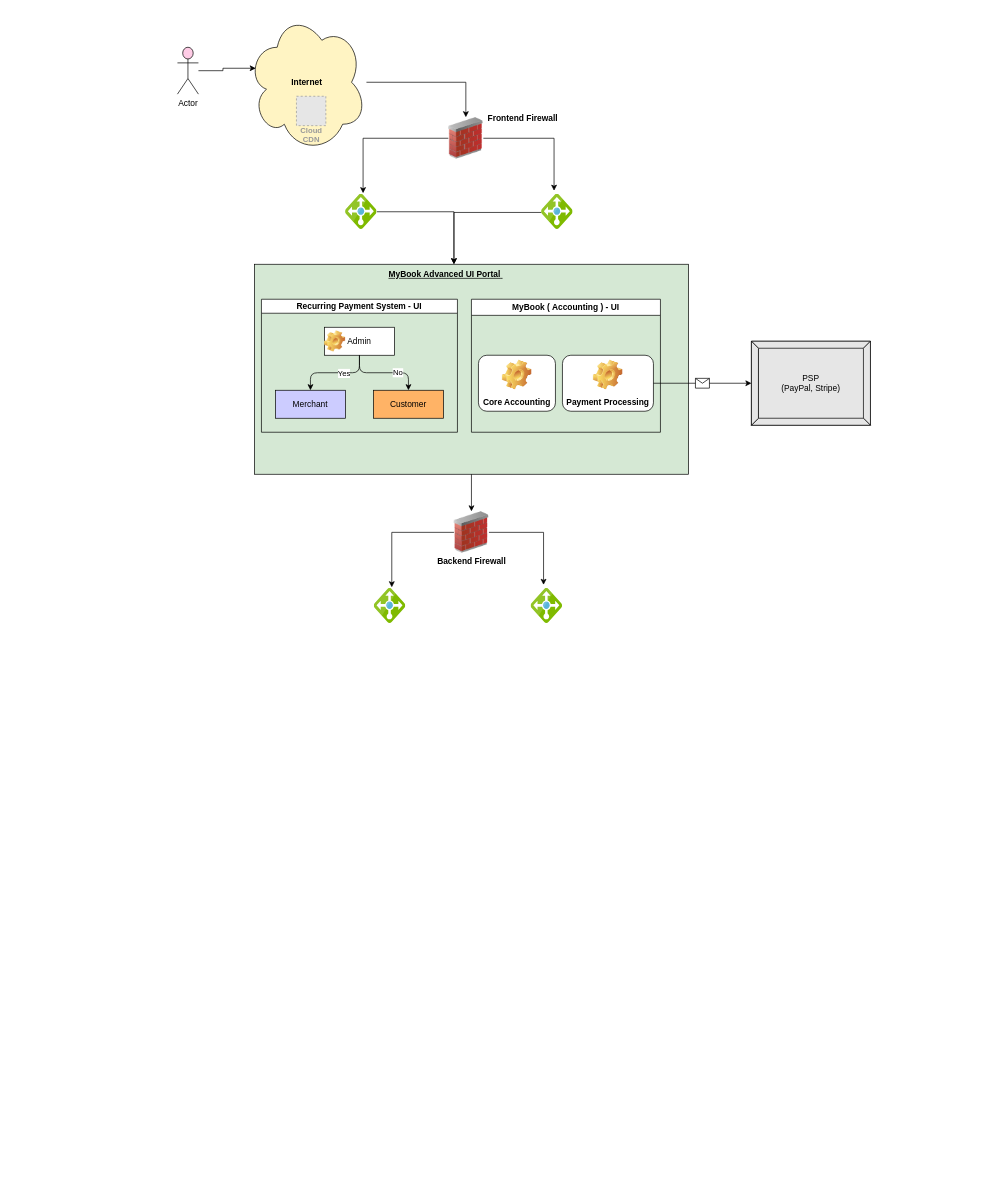
Above: Inuit_A4A.drawio in kk-ecu/tobedeleted (draw.io), before the change. Source tidied: cells renumbered, new cells numbered last; positions are measured from the earlier drawing's top-left corner, leaving out a move shared by most shapes. Both pictures are drawn from the tidied source at 70%, with x=0, y=0 at pixel (177, 12). Pictures stored in the file or linked from it are replaced by grey dashed boxes.
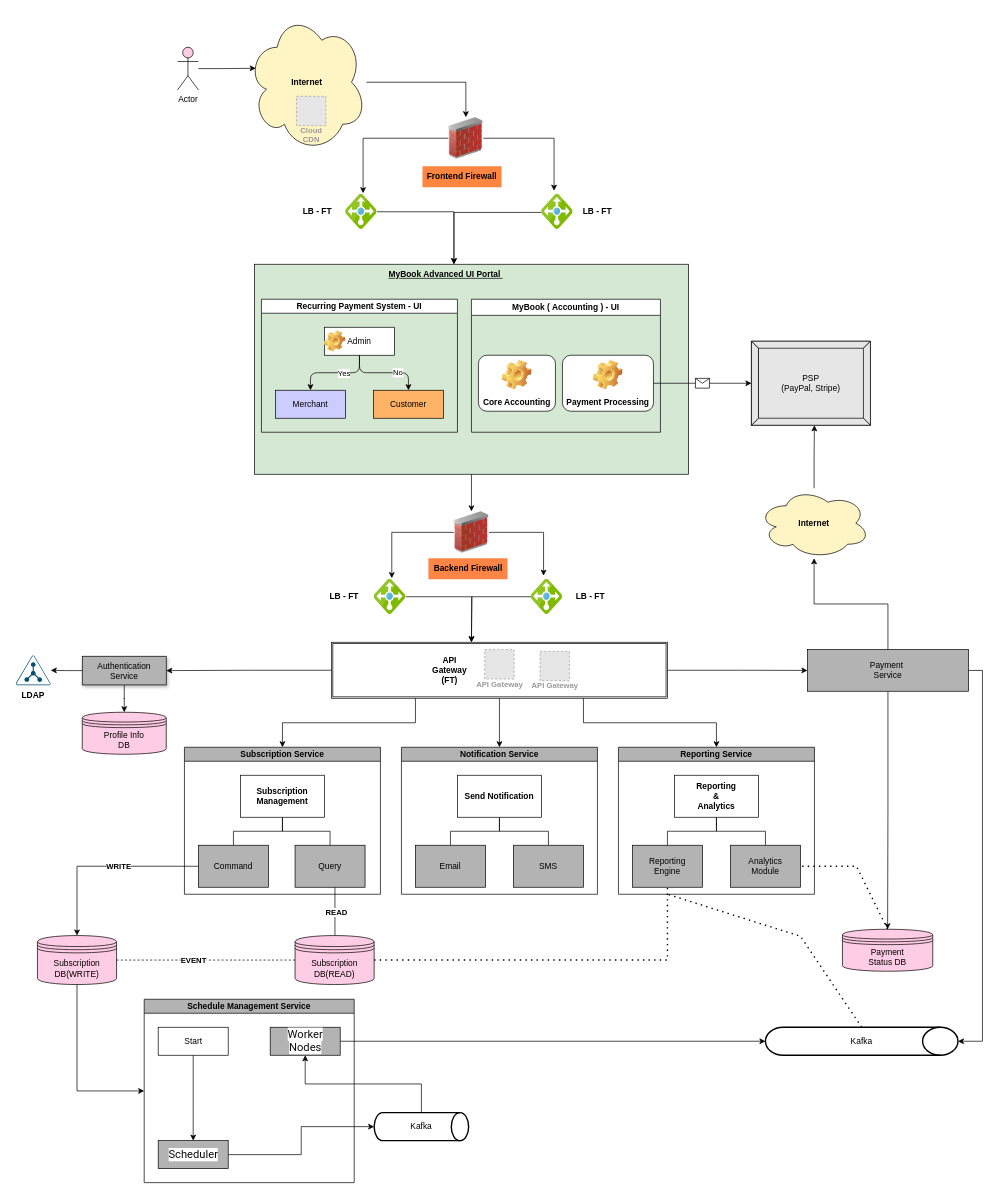
The same diagram, later.

Unchanged cells that the change refers to:
```xml
<mxCell id="27" value="PSP&lt;div&gt;(PayPal, Stripe)&lt;/div&gt;" style="labelPosition=center;verticalLabelPosition=middle;align=center;html=1;shape=mxgraph.basic.button;dx=10;whiteSpace=wrap;fillColor=#E6E6E6;" parent="1" vertex="1">
  <mxGeometry x="820" y="470" width="170" height="120" as="geometry" />
</mxCell>
```

Diff of the diagram source:
```diff
@@
+    <mxCell id="42" style="edgeStyle=orthogonalEdgeStyle;rounded=0;jettySize=auto;html=1;entryX=0.5;entryY=0;entryDx=0;entryDy=0;exitX=0.25;exitY=1;exitDx=0;exitDy=0;" parent="1" edge="1" source="47" target="98">
+      <mxGeometry relative="1" as="geometry" />
+    </mxCell>
+    <mxCell id="43" style="edgeStyle=orthogonalEdgeStyle;rounded=0;jettySize=auto;html=1;entryX=1;entryY=0.5;entryDx=0;entryDy=0;" parent="1" edge="1" source="47" target="57">
+      <mxGeometry relative="1" as="geometry" />
+    </mxCell>
+    <mxCell id="44" style="edgeStyle=orthogonalEdgeStyle;rounded=0;jettySize=auto;html=1;exitX=0.5;exitY=1;exitDx=0;exitDy=0;entryX=0.5;entryY=0;entryDx=0;entryDy=0;" parent="1" edge="1" source="47" target="63">
+      <mxGeometry relative="1" as="geometry" />
+    </mxCell>
+    <mxCell id="45" style="edgeStyle=orthogonalEdgeStyle;rounded=0;jettySize=auto;html=1;entryX=0;entryY=0.5;entryDx=0;entryDy=0;" parent="1" edge="1" source="47" target="60">
+      <mxGeometry relative="1" as="geometry" />
+    </mxCell>
+    <mxCell id="46" style="edgeStyle=orthogonalEdgeStyle;rounded=0;jettySize=auto;html=1;exitX=0.75;exitY=1;exitDx=0;exitDy=0;entryX=0.5;entryY=0;entryDx=0;entryDy=0;" parent="1" edge="1" source="47" target="85">
+      <mxGeometry relative="1" as="geometry" />
+    </mxCell>
+    <mxCell id="47" style="shape=ext;double=1;rounded=0;whiteSpace=wrap;html=1;" parent="1" vertex="1">
+      <mxGeometry x="220" y="900" width="480" height="80" as="geometry" />
+    </mxCell>
@@
     <mxCell id="5" value="Actor" style="shape=umlActor;verticalLabelPosition=bottom;verticalAlign=top;html=1;outlineConnect=0;fillColor=#FFCCE6;" parent="1" vertex="1">
-      <mxGeometry y="50" width="30" height="67" as="geometry" />
+      <mxGeometry y="50" width="30" height="61" as="geometry" />
     </mxCell>
@@
-    <mxCell id="33" value="Frontend Firewall" style="text;html=1;align=center;verticalAlign=middle;whiteSpace=wrap;rounded=0;fontStyle=1;" parent="1" vertex="1">
-      <mxGeometry x="437" y="137" width="113" height="30" as="geometry" />
+    <mxCell id="33" value="Frontend Firewall" style="text;html=1;align=center;verticalAlign=middle;whiteSpace=wrap;rounded=0;fontStyle=1;fillColor=#FF8640;" parent="1" vertex="1">
+      <mxGeometry x="350" y="220" width="113" height="30" as="geometry" />
     </mxCell>
+    <mxCell id="48" style="edgeStyle=orthogonalEdgeStyle;rounded=0;jettySize=auto;html=1;" parent="1" edge="1" source="34">
+      <mxGeometry relative="1" as="geometry">
+        <mxPoint x="420" y="900" as="targetPoint" />
+      </mxGeometry>
+    </mxCell>
     <mxCell id="34" style="image;sketch=0;html=1;points=[];align=center;fontSize=12;image=img/lib/mscae/Load_Balancer_feature.svg;" parent="1" vertex="1">
-      <mxGeometry x="281" y="823" width="45" height="50" as="geometry" />
+      <mxGeometry x="281" y="810" width="45" height="50" as="geometry" />
     </mxCell>
@@
+    <mxCell id="49" style="edgeStyle=orthogonalEdgeStyle;rounded=0;jettySize=auto;html=1;" parent="1" edge="1" source="39">
+      <mxGeometry relative="1" as="geometry">
+        <mxPoint x="420" y="900" as="targetPoint" />
+      </mxGeometry>
+    </mxCell>
     <mxCell id="39" style="image;sketch=0;html=1;points=[];align=center;fontSize=12;image=img/lib/mscae/Load_Balancer_feature.svg;" parent="1" vertex="1">
-      <mxGeometry x="505" y="823" width="45" height="50" as="geometry" />
+      <mxGeometry x="505" y="810" width="45" height="50" as="geometry" />
     </mxCell>
-    <mxCell id="40" value="Backend Firewall" style="text;html=1;align=center;verticalAlign=middle;whiteSpace=wrap;rounded=0;fontStyle=1;" parent="1" vertex="1">
-      <mxGeometry x="363.5" y="770" width="113" height="30" as="geometry" />
+    <mxCell id="40" value="Backend Firewall" style="text;html=1;align=center;verticalAlign=middle;whiteSpace=wrap;rounded=0;fontStyle=1;fillColor=#FF8547;" parent="1" vertex="1">
+      <mxGeometry x="358.5" y="780" width="113" height="30" as="geometry" />
     </mxCell>
@@
+    <mxCell id="50" value="API Gateway" style="fillColor=#E6E6E6;strokeColor=#999999;dashed=1;html=1;verticalAlign=top;labelPosition=center;verticalLabelPosition=bottom;align=center;spacingTop=-6;fontSize=11;fontStyle=1;fontColor=#999999;" parent="1" vertex="1">
+      <mxGeometry x="439" y="910.5" width="42" height="42" as="geometry" />
+    </mxCell>
+    <mxCell id="51" value="API Gateway" style="fillColor=#E6E6E6;strokeColor=#999999;dashed=1;html=1;verticalAlign=top;labelPosition=center;verticalLabelPosition=bottom;align=center;spacingTop=-6;fontSize=11;fontStyle=1;fontColor=#999999;" parent="1" vertex="1">
+      <mxGeometry x="518" y="913" width="42" height="42" as="geometry" />
+    </mxCell>
+    <mxCell id="52" value="LB - FT" style="text;html=1;align=center;verticalAlign=middle;whiteSpace=wrap;rounded=0;fontStyle=1;" parent="1" vertex="1">
+      <mxGeometry x="560" y="820" width="60" height="30" as="geometry" />
+    </mxCell>
+    <mxCell id="53" value="LB - FT&amp;nbsp;" style="text;html=1;align=center;verticalAlign=middle;whiteSpace=wrap;rounded=0;fontStyle=1;" parent="1" vertex="1">
+      <mxGeometry x="210" y="820" width="60" height="30" as="geometry" />
+    </mxCell>
+    <mxCell id="54" value="API Gateway&lt;div&gt;(FT)&lt;/div&gt;" style="text;html=1;align=center;verticalAlign=middle;whiteSpace=wrap;rounded=0;fontStyle=1;" parent="1" vertex="1">
+      <mxGeometry x="358.5" y="925" width="60" height="30" as="geometry" />
+    </mxCell>
+    <mxCell id="55" style="edgeStyle=orthogonalEdgeStyle;rounded=0;jettySize=auto;html=1;exitX=0;exitY=0.5;exitDx=0;exitDy=0;" parent="1" edge="1" source="57" target="81">
+      <mxGeometry relative="1" as="geometry" />
+    </mxCell>
+    <mxCell id="56" style="edgeStyle=orthogonalEdgeStyle;rounded=0;jettySize=auto;html=1;entryX=0.5;entryY=0;entryDx=0;entryDy=0;" parent="1" edge="1" source="57" target="83">
+      <mxGeometry relative="1" as="geometry" />
+    </mxCell>
+    <mxCell id="57" value="Authentication&lt;div&gt;Service&lt;/div&gt;" style="rounded=0;whiteSpace=wrap;html=1;shadow=1;fillColor=#B3B3B3;" parent="1" vertex="1">
+      <mxGeometry x="-136" y="920" width="120" height="41" as="geometry" />
+    </mxCell>
+    <mxCell id="58" style="edgeStyle=orthogonalEdgeStyle;rounded=0;jettySize=auto;html=1;" parent="1" edge="1" source="60" target="94">
+      <mxGeometry relative="1" as="geometry" />
+    </mxCell>
+    <mxCell id="59" style="edgeStyle=orthogonalEdgeStyle;rounded=0;jettySize=auto;html=1;entryX=0.5;entryY=0;entryDx=0;entryDy=0;" parent="1" edge="1" source="60" target="96">
+      <mxGeometry relative="1" as="geometry" />
+    </mxCell>
+    <mxCell id="60" value="Payment&amp;nbsp;&lt;div&gt;Service&lt;/div&gt;" style="rounded=0;whiteSpace=wrap;html=1;fillColor=#B3B3B3;" parent="1" vertex="1">
+      <mxGeometry x="900" y="910.5" width="230" height="59.5" as="geometry" />
+    </mxCell>
+    <mxCell id="61" style="edgeStyle=orthogonalEdgeStyle;rounded=0;jettySize=auto;html=1;entryX=0.5;entryY=0;entryDx=0;entryDy=0;exitX=0;exitY=0.5;exitDx=0;exitDy=0;" parent="1" edge="1" source="102" target="72">
+      <mxGeometry relative="1" as="geometry" />
+    </mxCell>
+    <mxCell id="62" value="WRITE" style="edgeLabel;html=1;align=center;verticalAlign=middle;fontStyle=1;" parent="61" vertex="1">
+      <mxGeometry x="0.2" y="3" relative="1" as="geometry">
+        <mxPoint x="49" y="-3" as="offset" />
+      </mxGeometry>
+    </mxCell>
+    <mxCell id="63" value="Notification Service" style="swimlane;startSize=20;horizontal=1;containerType=tree;newEdgeStyle={&quot;edgeStyle&quot;:&quot;elbowEdgeStyle&quot;,&quot;startArrow&quot;:&quot;none&quot;,&quot;endArrow&quot;:&quot;none&quot;};fillColor=#B3B3B3;" parent="1" vertex="1">
+      <mxGeometry x="320" y="1050" width="280" height="210" as="geometry" />
+    </mxCell>
+    <mxCell id="64" style="edgeStyle=elbowEdgeStyle;elbow=vertical;sourcePerimeterSpacing=0;targetPerimeterSpacing=0;startArrow=none;endArrow=none;rounded=0;curved=0;" parent="63" edge="1" source="66" target="67">
+      <mxGeometry relative="1" as="geometry" />
+    </mxCell>
+    <mxCell id="65" style="edgeStyle=elbowEdgeStyle;elbow=vertical;sourcePerimeterSpacing=0;targetPerimeterSpacing=0;startArrow=none;endArrow=none;rounded=0;curved=0;" parent="63" edge="1" source="66" target="68">
+      <mxGeometry relative="1" as="geometry" />
+    </mxCell>
+    <mxCell id="66" value="Send Notification" style="whiteSpace=wrap;html=1;align=center;newEdgeStyle={&quot;edgeStyle&quot;:&quot;elbowEdgeStyle&quot;,&quot;startArrow&quot;:&quot;none&quot;,&quot;endArrow&quot;:&quot;none&quot;};fontStyle=1;" parent="63" vertex="1">
+      <mxGeometry x="80" y="40" width="120" height="60" as="geometry" />
+    </mxCell>
+    <mxCell id="67" value="Email" style="whiteSpace=wrap;html=1;align=center;verticalAlign=middle;newEdgeStyle={&quot;edgeStyle&quot;:&quot;elbowEdgeStyle&quot;,&quot;startArrow&quot;:&quot;none&quot;,&quot;endArrow&quot;:&quot;none&quot;};fillColor=#B3B3B3;" parent="63" vertex="1">
+      <mxGeometry x="20" y="140" width="100" height="60" as="geometry" />
+    </mxCell>
+    <mxCell id="68" value="SMS" style="whiteSpace=wrap;html=1;align=center;verticalAlign=middle;newEdgeStyle={&quot;edgeStyle&quot;:&quot;elbowEdgeStyle&quot;,&quot;startArrow&quot;:&quot;none&quot;,&quot;endArrow&quot;:&quot;none&quot;};fillColor=#B3B3B3;" parent="63" vertex="1">
+      <mxGeometry x="160" y="140" width="100" height="60" as="geometry" />
+    </mxCell>
+    <mxCell id="69" value="LB - FT" style="text;html=1;align=center;verticalAlign=middle;whiteSpace=wrap;rounded=0;fontStyle=1;" parent="1" vertex="1">
+      <mxGeometry x="570" y="270" width="60" height="30" as="geometry" />
+    </mxCell>
+    <mxCell id="70" value="LB - FT" style="text;html=1;align=center;verticalAlign=middle;whiteSpace=wrap;rounded=0;fontStyle=1;" parent="1" vertex="1">
+      <mxGeometry x="170" y="270" width="60" height="30" as="geometry" />
+    </mxCell>
+    <mxCell id="71" style="edgeStyle=orthogonalEdgeStyle;rounded=0;jettySize=auto;html=1;entryX=0;entryY=0.5;entryDx=0;entryDy=0;exitX=0.5;exitY=1;exitDx=0;exitDy=0;" parent="1" edge="1" source="72" target="76">
+      <mxGeometry relative="1" as="geometry" />
+    </mxCell>
+    <mxCell id="72" value="Subscription&lt;div&gt;DB(WRITE)&lt;/div&gt;" style="shape=datastore;whiteSpace=wrap;html=1;fillColor=#FFCCE6;" parent="1" vertex="1">
+      <mxGeometry x="-200" y="1319" width="113" height="70" as="geometry" />
+    </mxCell>
+    <mxCell id="73" style="edgeStyle=orthogonalEdgeStyle;rounded=0;jettySize=auto;html=1;entryX=0.5;entryY=1;entryDx=0;entryDy=0;exitX=0.5;exitY=0;exitDx=0;exitDy=0;exitPerimeter=0;" parent="1" edge="1" source="74" target="80">
+      <mxGeometry relative="1" as="geometry" />
+    </mxCell>
+    <mxCell id="74" value="Kafka" style="strokeWidth=2;html=1;shape=mxgraph.flowchart.direct_data;whiteSpace=wrap;" parent="1" vertex="1">
+      <mxGeometry x="281" y="1572" width="135" height="40" as="geometry" />
+    </mxCell>
+    <mxCell id="75" style="edgeStyle=orthogonalEdgeStyle;rounded=0;jettySize=auto;html=1;entryX=0;entryY=0.5;entryDx=0;entryDy=0;entryPerimeter=0;exitX=1;exitY=0.5;exitDx=0;exitDy=0;" parent="1" edge="1" source="78" target="74">
+      <mxGeometry relative="1" as="geometry" />
+    </mxCell>
+    <mxCell id="76" value="Schedule Management Service" style="swimlane;startSize=20;horizontal=1;flowOrientation=north;interRankCellSpacing=50;containerType=tree;fontSize=12;fillColor=#B3B3B3;" parent="1" vertex="1">
+      <mxGeometry x="-47.5" y="1410" width="300" height="262" as="geometry" />
+    </mxCell>
+    <mxCell id="77" value="Start" style="whiteSpace=wrap;html=1;" parent="76" vertex="1">
+      <mxGeometry x="20" y="40" width="100" height="40" as="geometry" />
+    </mxCell>
+    <mxCell id="78" value="&lt;span style=&quot;text-align: start; font-size: 12pt; line-height: 18.4px; font-family: Roboto; color: rgb(13, 13, 13); background: white;&quot; lang=&quot;EN-GB&quot;&gt;Scheduler&lt;/span&gt;&lt;span style=&quot;font-size: medium; text-align: start;&quot;&gt;&lt;/span&gt;" style="whiteSpace=wrap;html=1;fillColor=#B3B3B3;" parent="76" vertex="1">
+      <mxGeometry x="20" y="202" width="100" height="40" as="geometry" />
+    </mxCell>
+    <mxCell id="79" style="html=1;rounded=1;curved=0;sourcePerimeterSpacing=0;targetPerimeterSpacing=0;startSize=6;endSize=6;noEdgeStyle=1;orthogonal=1;" parent="76" edge="1" source="77" target="78">
+      <mxGeometry relative="1" as="geometry">
+        <Array as="points">
+          <mxPoint x="70" y="164" />
+          <mxPoint x="70" y="190" />
+        </Array>
+      </mxGeometry>
+    </mxCell>
+    <mxCell id="80" value="&lt;span style=&quot;text-align: start; font-size: 12pt; line-height: 18.4px; font-family: Roboto; color: rgb(13, 13, 13); background: white;&quot; lang=&quot;EN-GB&quot;&gt;Worker Nodes&lt;/span&gt;&lt;span style=&quot;font-size: medium; text-align: start;&quot;&gt;&lt;/span&gt;" style="whiteSpace=wrap;html=1;fillColor=#B3B3B3;" parent="76" vertex="1">
+      <mxGeometry x="180" y="40" width="100" height="40" as="geometry" />
+    </mxCell>
+    <mxCell id="81" style="points=[[0.5,0,0],[0.765,0.48,0],[0.99,0.98,0],[0.5,1,0],[0.01,0.98,0],[0.235,0.48,0]];verticalLabelPosition=bottom;sketch=0;html=1;verticalAlign=top;align=center;shape=mxgraph.cisco19.ldap;fillColor=#005073;strokeColor=none;" parent="1" vertex="1">
+      <mxGeometry x="-231" y="918.8" width="50" height="42.5" as="geometry" />
+    </mxCell>
+    <mxCell id="82" value="LDAP" style="text;html=1;align=center;verticalAlign=middle;whiteSpace=wrap;rounded=0;fontStyle=1;" parent="1" vertex="1">
+      <mxGeometry x="-236" y="961.2" width="60" height="30" as="geometry" />
+    </mxCell>
+    <mxCell id="83" value="Profile Info&lt;div&gt;DB&lt;/div&gt;" style="shape=datastore;whiteSpace=wrap;html=1;fillColor=#FFCCE6;" parent="1" vertex="1">
+      <mxGeometry x="-136" y="1000" width="120" height="60" as="geometry" />
+    </mxCell>
+    <mxCell id="84" value="Kafka" style="strokeWidth=2;html=1;shape=mxgraph.flowchart.direct_data;whiteSpace=wrap;" parent="1" vertex="1">
+      <mxGeometry x="840" y="1450" width="275" height="40" as="geometry" />
+    </mxCell>
+    <mxCell id="85" value="Reporting Service" style="swimlane;startSize=20;horizontal=1;containerType=tree;newEdgeStyle={&quot;edgeStyle&quot;:&quot;elbowEdgeStyle&quot;,&quot;startArrow&quot;:&quot;none&quot;,&quot;endArrow&quot;:&quot;none&quot;};fillColor=#B3B3B3;" parent="1" vertex="1">
+      <mxGeometry x="630" y="1050" width="280" height="210" as="geometry" />
+    </mxCell>
+    <mxCell id="86" style="edgeStyle=elbowEdgeStyle;elbow=vertical;sourcePerimeterSpacing=0;targetPerimeterSpacing=0;startArrow=none;endArrow=none;rounded=0;curved=0;" parent="85" edge="1" source="88" target="89">
+      <mxGeometry relative="1" as="geometry" />
+    </mxCell>
+    <mxCell id="87" style="edgeStyle=elbowEdgeStyle;elbow=vertical;sourcePerimeterSpacing=0;targetPerimeterSpacing=0;startArrow=none;endArrow=none;rounded=0;curved=0;" parent="85" edge="1" source="88" target="90">
+      <mxGeometry relative="1" as="geometry" />
+    </mxCell>
+    <mxCell id="88" value="Reporting&lt;div&gt;&amp;amp;&lt;/div&gt;&lt;div&gt;Analytics&lt;/div&gt;" style="whiteSpace=wrap;html=1;align=center;newEdgeStyle={&quot;edgeStyle&quot;:&quot;elbowEdgeStyle&quot;,&quot;startArrow&quot;:&quot;none&quot;,&quot;endArrow&quot;:&quot;none&quot;};fontStyle=1;" parent="85" vertex="1">
+      <mxGeometry x="80" y="40" width="120" height="60" as="geometry" />
+    </mxCell>
+    <mxCell id="89" value="Reporting&lt;div&gt;Engine&lt;/div&gt;" style="whiteSpace=wrap;html=1;align=center;verticalAlign=middle;newEdgeStyle={&quot;edgeStyle&quot;:&quot;elbowEdgeStyle&quot;,&quot;startArrow&quot;:&quot;none&quot;,&quot;endArrow&quot;:&quot;none&quot;};fillColor=#B3B3B3;" parent="85" vertex="1">
+      <mxGeometry x="20" y="140" width="100" height="60" as="geometry" />
+    </mxCell>
+    <mxCell id="90" value="Analytics&lt;div&gt;Module&lt;/div&gt;" style="whiteSpace=wrap;html=1;align=center;verticalAlign=middle;newEdgeStyle={&quot;edgeStyle&quot;:&quot;elbowEdgeStyle&quot;,&quot;startArrow&quot;:&quot;none&quot;,&quot;endArrow&quot;:&quot;none&quot;};fillColor=#B3B3B3;" parent="85" vertex="1">
+      <mxGeometry x="160" y="140" width="100" height="60" as="geometry" />
+    </mxCell>
+    <mxCell id="91" style="edgeStyle=orthogonalEdgeStyle;rounded=0;jettySize=auto;html=1;entryX=0;entryY=0.5;entryDx=0;entryDy=0;entryPerimeter=0;" parent="1" edge="1" source="80" target="84">
+      <mxGeometry relative="1" as="geometry" />
+    </mxCell>
+    <mxCell id="92" style="endArrow=none;dashed=1;html=1;rounded=0;fontStyle=1;exitX=1;exitY=0.5;exitDx=0;exitDy=0;entryX=0;entryY=0.5;entryDx=0;entryDy=0;" parent="1" edge="1" source="72" target="104">
+      <mxGeometry relative="1" as="geometry">
+        <Array as="points">
+          <mxPoint x="170" y="1354" />
+        </Array>
+      </mxGeometry>
+    </mxCell>
+    <mxCell id="93" value="EVENT" style="edgeLabel;html=1;align=center;verticalAlign=middle;fontStyle=1;" parent="92" vertex="1">
+      <mxGeometry x="-0.78" y="1" relative="1" as="geometry">
+        <mxPoint x="81" y="1" as="offset" />
+      </mxGeometry>
+    </mxCell>
+    <mxCell id="94" value="&lt;div style=&quot;text-align: justify;&quot;&gt;&lt;b style=&quot;background-color: initial;&quot;&gt;Internet&lt;/b&gt;&lt;/div&gt;" style="ellipse;shape=cloud;whiteSpace=wrap;html=1;fillColor=#FFF4C3;align=center;" parent="1" vertex="1">
+      <mxGeometry x="830" y="680" width="159" height="100" as="geometry" />
+    </mxCell>
+    <mxCell id="95" style="edgeStyle=orthogonalEdgeStyle;rounded=0;jettySize=auto;html=1;entryX=0.529;entryY=1;entryDx=0;entryDy=0;entryPerimeter=0;" parent="1" edge="1" source="94" target="27">
+      <mxGeometry relative="1" as="geometry" />
+    </mxCell>
+    <mxCell id="96" value="Payment&lt;div&gt;Status DB&lt;/div&gt;" style="shape=datastore;whiteSpace=wrap;html=1;fillColor=#FFCCE6;" parent="1" vertex="1">
+      <mxGeometry x="950" y="1310" width="129" height="60" as="geometry" />
+    </mxCell>
+    <mxCell id="97" style="edgeStyle=orthogonalEdgeStyle;rounded=0;jettySize=auto;html=1;entryX=1;entryY=0.5;entryDx=0;entryDy=0;entryPerimeter=0;exitX=1;exitY=0.5;exitDx=0;exitDy=0;" parent="1" edge="1" source="60" target="84">
+      <mxGeometry relative="1" as="geometry" />
+    </mxCell>
+    <mxCell id="98" value="Subscription Service" style="swimlane;startSize=20;horizontal=1;containerType=tree;newEdgeStyle={&quot;edgeStyle&quot;:&quot;elbowEdgeStyle&quot;,&quot;startArrow&quot;:&quot;none&quot;,&quot;endArrow&quot;:&quot;none&quot;};fillColor=#B3B3B3;" parent="1" vertex="1">
+      <mxGeometry x="10" y="1050" width="280" height="210" as="geometry" />
+    </mxCell>
+    <mxCell id="99" style="edgeStyle=elbowEdgeStyle;elbow=vertical;sourcePerimeterSpacing=0;targetPerimeterSpacing=0;startArrow=none;endArrow=none;rounded=0;curved=0;" parent="98" edge="1" source="101" target="102">
+      <mxGeometry relative="1" as="geometry" />
+    </mxCell>
+    <mxCell id="100" style="edgeStyle=elbowEdgeStyle;elbow=vertical;sourcePerimeterSpacing=0;targetPerimeterSpacing=0;startArrow=none;endArrow=none;rounded=0;curved=0;" parent="98" edge="1" source="101" target="103">
+      <mxGeometry relative="1" as="geometry" />
+    </mxCell>
+    <mxCell id="101" value="Subscription&lt;div&gt;Management&lt;/div&gt;" style="whiteSpace=wrap;html=1;align=center;newEdgeStyle={&quot;edgeStyle&quot;:&quot;elbowEdgeStyle&quot;,&quot;startArrow&quot;:&quot;none&quot;,&quot;endArrow&quot;:&quot;none&quot;};fontStyle=1;" parent="98" vertex="1">
+      <mxGeometry x="80" y="40" width="120" height="60" as="geometry" />
+    </mxCell>
+    <mxCell id="102" value="Command" style="whiteSpace=wrap;html=1;align=center;verticalAlign=middle;newEdgeStyle={&quot;edgeStyle&quot;:&quot;elbowEdgeStyle&quot;,&quot;startArrow&quot;:&quot;none&quot;,&quot;endArrow&quot;:&quot;none&quot;};fillColor=#B3B3B3;" parent="98" vertex="1">
+      <mxGeometry x="20" y="140" width="100" height="60" as="geometry" />
+    </mxCell>
+    <mxCell id="103" value="Query" style="whiteSpace=wrap;html=1;align=center;verticalAlign=middle;newEdgeStyle={&quot;edgeStyle&quot;:&quot;elbowEdgeStyle&quot;,&quot;startArrow&quot;:&quot;none&quot;,&quot;endArrow&quot;:&quot;none&quot;};fillColor=#B3B3B3;" parent="98" vertex="1">
+      <mxGeometry x="158" y="140" width="100" height="60" as="geometry" />
+    </mxCell>
+    <mxCell id="104" value="Subscription&lt;div&gt;DB(READ)&lt;/div&gt;" style="shape=datastore;whiteSpace=wrap;html=1;fillColor=#FFCCE6;" parent="1" vertex="1">
+      <mxGeometry x="168" y="1319" width="113" height="70" as="geometry" />
+    </mxCell>
+    <mxCell id="105" style="edgeStyle=elbowEdgeStyle;rounded=0;jettySize=auto;html=1;startArrow=none;endArrow=none;entryX=0.5;entryY=0;entryDx=0;entryDy=0;" parent="1" edge="1" source="103" target="104">
+      <mxGeometry relative="1" as="geometry" />
+    </mxCell>
+    <mxCell id="106" value="&lt;b&gt;READ&lt;/b&gt;" style="edgeLabel;html=1;align=center;verticalAlign=middle;" parent="105" vertex="1">
+      <mxGeometry x="0.01" y="1" relative="1" as="geometry" />
+    </mxCell>
+    <mxCell id="107" style="endArrow=none;dashed=1;html=1;dashPattern=1 3;strokeWidth=2;rounded=0;entryX=0.5;entryY=1;entryDx=0;entryDy=0;exitX=1;exitY=0.5;exitDx=0;exitDy=0;" parent="1" edge="1" source="104" target="89">
+      <mxGeometry relative="1" as="geometry">
+        <Array as="points">
+          <mxPoint x="700" y="1354" />
+        </Array>
+      </mxGeometry>
+    </mxCell>
+    <mxCell id="108" style="endArrow=none;dashed=1;html=1;dashPattern=1 3;strokeWidth=2;rounded=0;entryX=0.25;entryY=1;entryDx=0;entryDy=0;exitX=0.5;exitY=0;exitDx=0;exitDy=0;exitPerimeter=0;" parent="1" edge="1" source="84" target="85">
+      <mxGeometry relative="1" as="geometry">
+        <Array as="points">
+          <mxPoint x="890" y="1320" />
+        </Array>
+      </mxGeometry>
+    </mxCell>
+    <mxCell id="109" style="endArrow=none;dashed=1;html=1;dashPattern=1 3;strokeWidth=2;rounded=0;entryX=1;entryY=0.5;entryDx=0;entryDy=0;exitX=0.5;exitY=0;exitDx=0;exitDy=0;" parent="1" edge="1" source="96" target="90">
+      <mxGeometry relative="1" as="geometry">
+        <Array as="points">
+          <mxPoint x="970" y="1220" />
+        </Array>
+      </mxGeometry>
+    </mxCell>
```
